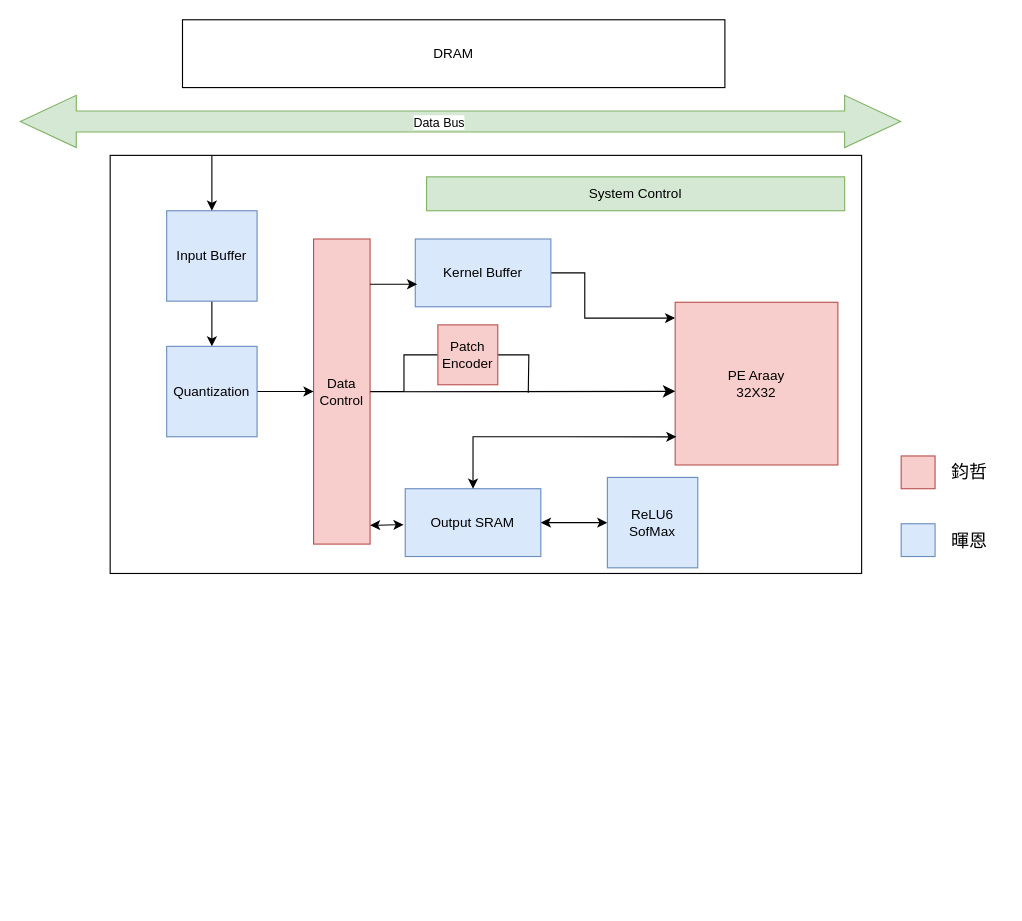
Earlier version of the draw.io diagram 未命名绘图.drawio (jihuien/ML100Days). Source tidied: cells renumbered, new cells numbered last; positions are measured from the earlier drawing's top-left corner, leaving out a move shared by most shapes. Both pictures are drawn from the tidied source at 113%, with x=0, y=0 at pixel (19, 19).
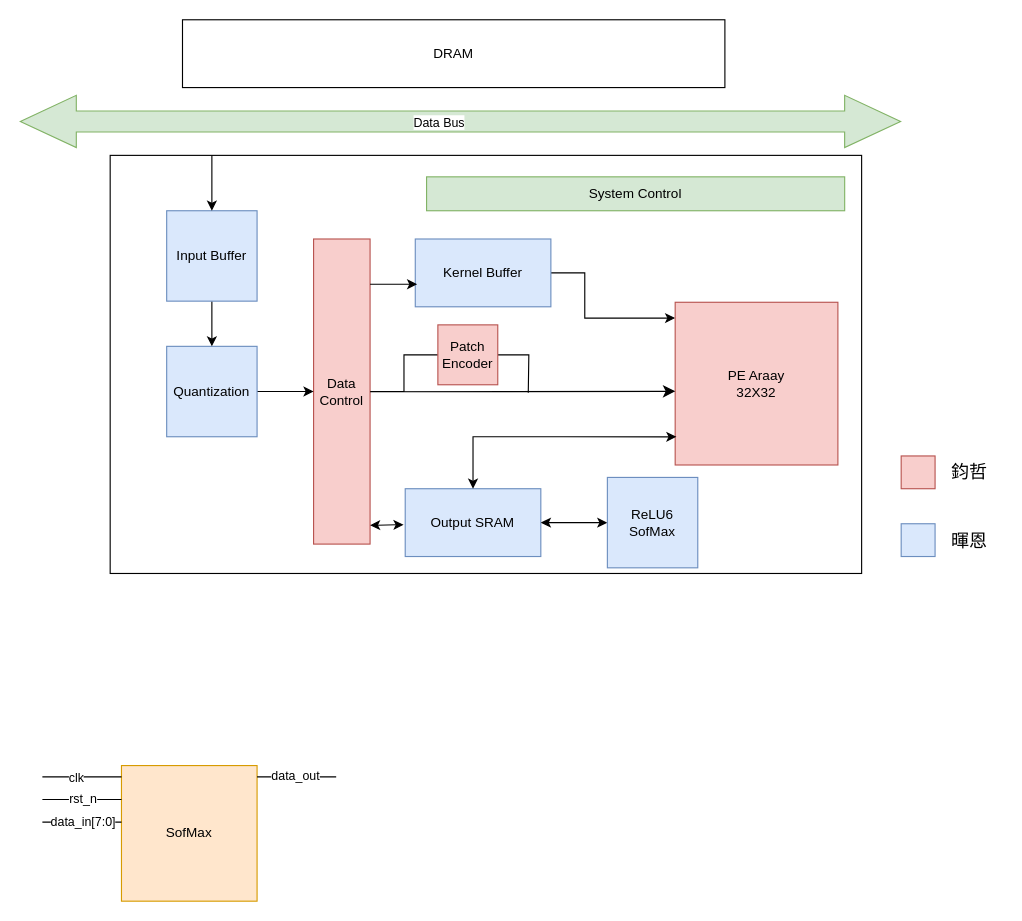
The same diagram, later.

Commit message:
更新未命名绘图.drawio

What changed in the source:
```diff
@@
+    <mxCell id="30" value="SofMax" style="whiteSpace=wrap;html=1;fillColor=#ffe6cc;strokeColor=#d79b00;" parent="1" vertex="1">
+      <mxGeometry x="90" y="660" width="120" height="120" as="geometry" />
+    </mxCell>
@@
+    <mxCell id="31" style="endArrow=none;html=1;rounded=0;" parent="1" edge="1">
+      <mxGeometry relative="1" as="geometry">
+        <mxPoint x="20" y="670" as="sourcePoint" />
+        <mxPoint x="90" y="670" as="targetPoint" />
+      </mxGeometry>
+    </mxCell>
+    <mxCell id="32" value="clk" style="edgeLabel;html=1;align=center;verticalAlign=middle;" parent="31" vertex="1">
+      <mxGeometry x="-0.17" relative="1" as="geometry" />
+    </mxCell>
@@
+    <mxCell id="33" style="endArrow=none;html=1;rounded=0;" parent="1" edge="1">
+      <mxGeometry relative="1" as="geometry">
+        <mxPoint x="20" y="690" as="sourcePoint" />
+        <mxPoint x="90" y="690" as="targetPoint" />
+      </mxGeometry>
+    </mxCell>
+    <mxCell id="34" value="rst_n" style="edgeLabel;html=1;align=center;verticalAlign=middle;" parent="33" vertex="1">
+      <mxGeometry x="0.01" y="1" relative="1" as="geometry" />
+    </mxCell>
@@
+    <mxCell id="35" style="endArrow=none;html=1;rounded=0;" parent="1" edge="1">
+      <mxGeometry relative="1" as="geometry">
+        <mxPoint x="210" y="670" as="sourcePoint" />
+        <mxPoint x="280" y="670" as="targetPoint" />
+      </mxGeometry>
+    </mxCell>
+    <mxCell id="36" value="data_out" style="edgeLabel;html=1;align=center;verticalAlign=middle;" parent="35" vertex="1">
+      <mxGeometry x="-0.07" y="2" relative="1" as="geometry" />
+    </mxCell>
@@
+    <mxCell id="37" style="endArrow=none;html=1;rounded=0;" parent="1" edge="1">
+      <mxGeometry relative="1" as="geometry">
+        <mxPoint x="20" y="710" as="sourcePoint" />
+        <mxPoint x="90" y="710" as="targetPoint" />
+      </mxGeometry>
+    </mxCell>
+    <mxCell id="38" value="data_in[7:0]" style="edgeLabel;html=1;align=center;verticalAlign=middle;" parent="37" vertex="1">
+      <mxGeometry x="0.01" y="1" relative="1" as="geometry" />
+    </mxCell>
```
